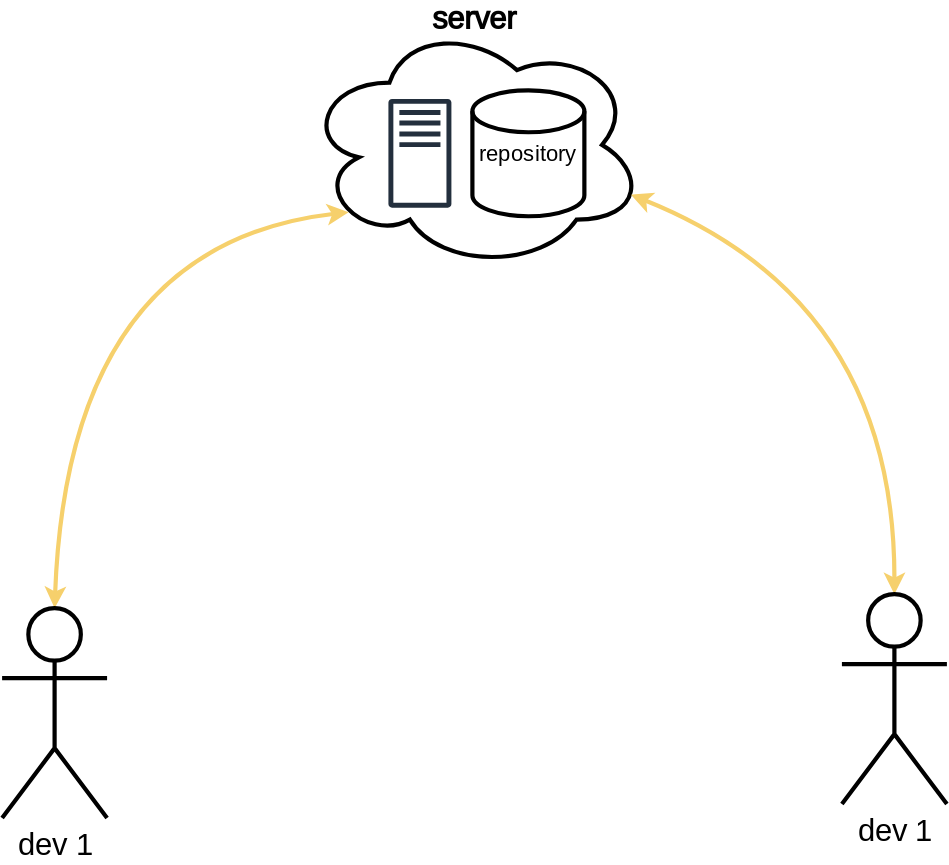
The draw.io diagram public/vcs-comparison-centralized.svg in tvannoy/intro-to-git, before a commit. Source tidied: cells renumbered, new cells last; positions are measured from the earlier drawing's top-left corner, leaving out a move shared by most shapes.
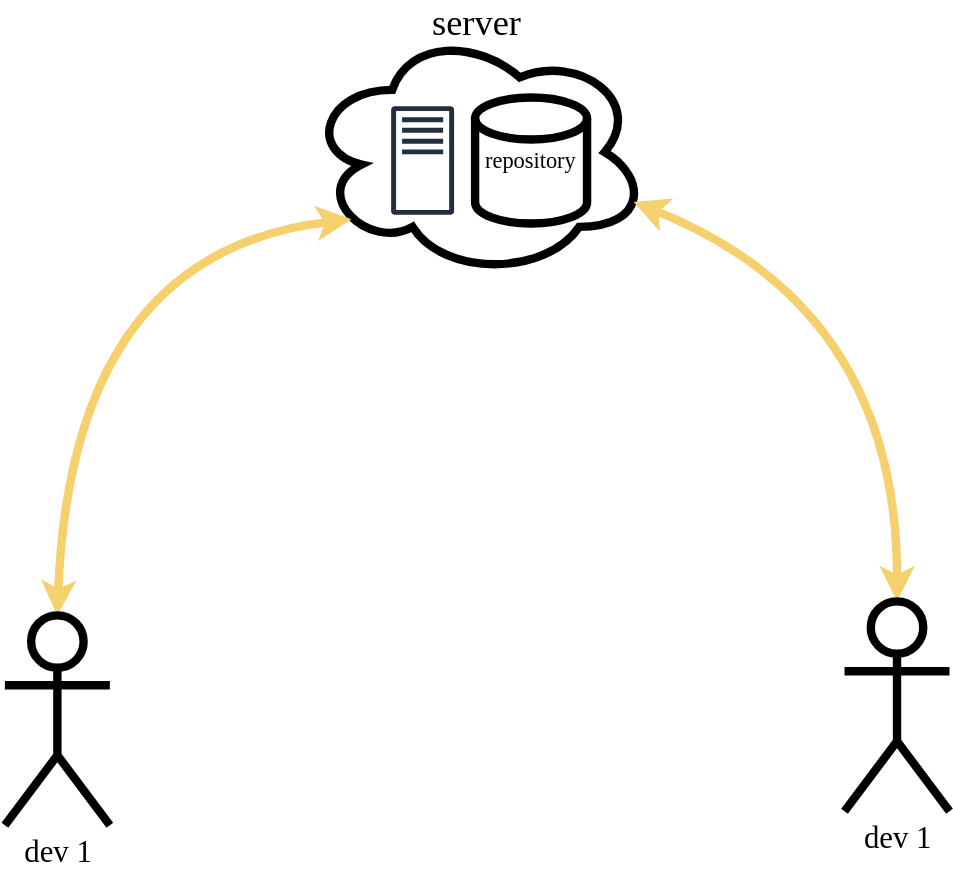
Above is the later version.

Commit message:
make vcs comparison figure bolder

Change to the diagram source:
```diff
@@ -2,36 +2,36 @@
   <root>
     <mxCell id="0" />
     <mxCell id="1" parent="0" />
-    <mxCell id="2" style="group;" parent="1" vertex="1">
+    <mxCell id="2" style="group;strokeWidth=6;" parent="1" vertex="1">
       <mxGeometry x="216" width="243" height="178" as="geometry" />
     </mxCell>
-    <mxCell id="3" value="server" style="ellipse;shape=cloud;whiteSpace=wrap;html=1;fillColor=none;strokeWidth=3;fontSize=22;fontFamily=Source Sans Pro;fontSource=https%3A%2F%2Ffonts.googleapis.com%2Fcss%3Ffamily%3DSource%2BSans%2BPro;labelPosition=center;verticalLabelPosition=top;align=center;verticalAlign=bottom;fontStyle=1;spacingBottom=-15;" parent="2" vertex="1">
+    <mxCell id="3" value="&lt;font style=&quot;font-size: 26px; font-weight: normal;&quot;&gt;server&lt;/font&gt;" style="ellipse;shape=cloud;whiteSpace=wrap;html=1;fillColor=none;strokeWidth=6;fontSize=22;fontFamily=Source Sans Pro;fontSource=https%3A%2F%2Ffonts.googleapis.com%2Fcss%3Ffamily%3DSource%2BSans%2BPro;labelPosition=center;verticalLabelPosition=top;align=center;verticalAlign=bottom;fontStyle=1;spacingBottom=-15;" parent="2" vertex="1">
       <mxGeometry width="243" height="178" as="geometry" />
     </mxCell>
-    <mxCell id="4" style="sketch=0;fontColor=#232F3E;gradientColor=none;fillColor=#232F3D;strokeColor=none;dashed=0;verticalLabelPosition=bottom;verticalAlign=top;align=center;html=1;fontSize=12;fontStyle=0;shape=mxgraph.aws4.traditional_server;" parent="2" vertex="1">
+    <mxCell id="4" style="sketch=0;fontColor=#232F3E;gradientColor=none;fillColor=#232F3D;strokeColor=none;dashed=0;verticalLabelPosition=bottom;verticalAlign=top;align=center;html=1;fontSize=12;fontStyle=0;shape=mxgraph.aws4.traditional_server;strokeWidth=6;" parent="2" vertex="1">
       <mxGeometry x="60" y="56" width="45" height="78" as="geometry" />
     </mxCell>
-    <mxCell id="5" value="repository" style="strokeWidth=3;html=1;shape=mxgraph.flowchart.database;whiteSpace=wrap;fillColor=none;fontFamily=Source Sans Pro;fontSource=https%3A%2F%2Ffonts.googleapis.com%2Fcss%3Ffamily%3DSource%2BSans%2BPro;fontSize=16;" parent="2" vertex="1">
+    <mxCell id="5" value="repository" style="strokeWidth=6;html=1;shape=mxgraph.flowchart.database;whiteSpace=wrap;fillColor=none;fontFamily=Source Sans Pro;fontSource=https%3A%2F%2Ffonts.googleapis.com%2Fcss%3Ffamily%3DSource%2BSans%2BPro;fontSize=16;" parent="2" vertex="1">
       <mxGeometry x="120" y="50" width="80" height="90" as="geometry" />
     </mxCell>
-    <mxCell id="6" style="jettySize=auto;html=1;exitX=0.5;exitY=0;exitDx=0;exitDy=0;exitPerimeter=0;entryX=0.13;entryY=0.77;entryDx=0;entryDy=0;entryPerimeter=0;fontFamily=Source Sans Pro;fontSource=https%3A%2F%2Ffonts.googleapis.com%2Fcss%3Ffamily%3DSource%2BSans%2BPro;fontSize=22;strokeColor=#F6D06C;targetPerimeterSpacing=-31;sourcePerimeterSpacing=0;strokeWidth=3;shadow=0;sketch=0;startArrow=classic;startFill=1;curved=1;endSize=6;" parent="1" edge="1" source="7" target="3">
+    <mxCell id="6" style="jettySize=auto;html=1;exitX=0.5;exitY=0;exitDx=0;exitDy=0;exitPerimeter=0;entryX=0.13;entryY=0.77;entryDx=0;entryDy=0;entryPerimeter=0;fontFamily=Source Sans Pro;fontSource=https%3A%2F%2Ffonts.googleapis.com%2Fcss%3Ffamily%3DSource%2BSans%2BPro;fontSize=22;strokeColor=#F6D06C;targetPerimeterSpacing=-31;sourcePerimeterSpacing=0;strokeWidth=6;shadow=0;sketch=0;startArrow=classic;startFill=1;curved=1;endSize=6;" parent="1" edge="1" source="7" target="3">
       <mxGeometry relative="1" as="geometry">
         <Array as="points">
           <mxPoint x="47" y="160" />
         </Array>
       </mxGeometry>
     </mxCell>
-    <mxCell id="7" value="dev 1" style="shape=umlActor;verticalLabelPosition=bottom;verticalAlign=top;html=1;outlineConnect=0;strokeWidth=3;fontFamily=Source Sans Pro;fontSource=https%3A%2F%2Ffonts.googleapis.com%2Fcss%3Ffamily%3DSource%2BSans%2BPro;fontSize=22;fillColor=none;" parent="1" vertex="1">
+    <mxCell id="7" value="dev 1" style="shape=umlActor;verticalLabelPosition=bottom;verticalAlign=top;html=1;outlineConnect=0;strokeWidth=6;fontFamily=Source Sans Pro;fontSource=https%3A%2F%2Ffonts.googleapis.com%2Fcss%3Ffamily%3DSource%2BSans%2BPro;fontSize=22;fillColor=none;" parent="1" vertex="1">
       <mxGeometry y="420" width="75" height="150" as="geometry" />
     </mxCell>
-    <mxCell id="8" style="edgeStyle=none;curved=1;sketch=0;jettySize=auto;html=1;exitX=0.5;exitY=0;exitDx=0;exitDy=0;exitPerimeter=0;entryX=0.96;entryY=0.7;entryDx=0;entryDy=0;entryPerimeter=0;shadow=0;strokeColor=#F6D06C;strokeWidth=3;fontFamily=Source Sans Pro;fontSource=https%3A%2F%2Ffonts.googleapis.com%2Fcss%3Ffamily%3DSource%2BSans%2BPro;fontSize=22;startArrow=classic;startFill=1;endSize=6;sourcePerimeterSpacing=0;targetPerimeterSpacing=-31;" parent="1" edge="1" source="9" target="3">
+    <mxCell id="8" style="edgeStyle=none;curved=1;sketch=0;jettySize=auto;html=1;exitX=0.5;exitY=0;exitDx=0;exitDy=0;exitPerimeter=0;entryX=0.96;entryY=0.7;entryDx=0;entryDy=0;entryPerimeter=0;shadow=0;strokeColor=#F6D06C;strokeWidth=6;fontFamily=Source Sans Pro;fontSource=https%3A%2F%2Ffonts.googleapis.com%2Fcss%3Ffamily%3DSource%2BSans%2BPro;fontSize=22;startArrow=classic;startFill=1;endSize=6;sourcePerimeterSpacing=0;targetPerimeterSpacing=-31;" parent="1" edge="1" source="9" target="3">
       <mxGeometry relative="1" as="geometry">
         <Array as="points">
           <mxPoint x="638" y="200" />
         </Array>
       </mxGeometry>
     </mxCell>
-    <mxCell id="9" value="dev 1" style="shape=umlActor;verticalLabelPosition=bottom;verticalAlign=top;html=1;outlineConnect=0;strokeWidth=3;fontFamily=Source Sans Pro;fontSource=https%3A%2F%2Ffonts.googleapis.com%2Fcss%3Ffamily%3DSource%2BSans%2BPro;fontSize=22;fillColor=none;" parent="1" vertex="1">
+    <mxCell id="9" value="dev 1" style="shape=umlActor;verticalLabelPosition=bottom;verticalAlign=top;html=1;outlineConnect=0;strokeWidth=6;fontFamily=Source Sans Pro;fontSource=https%3A%2F%2Ffonts.googleapis.com%2Fcss%3Ffamily%3DSource%2BSans%2BPro;fontSize=22;fillColor=none;" parent="1" vertex="1">
       <mxGeometry x="600" y="410" width="75" height="150" as="geometry" />
     </mxCell>
   </root>
```
